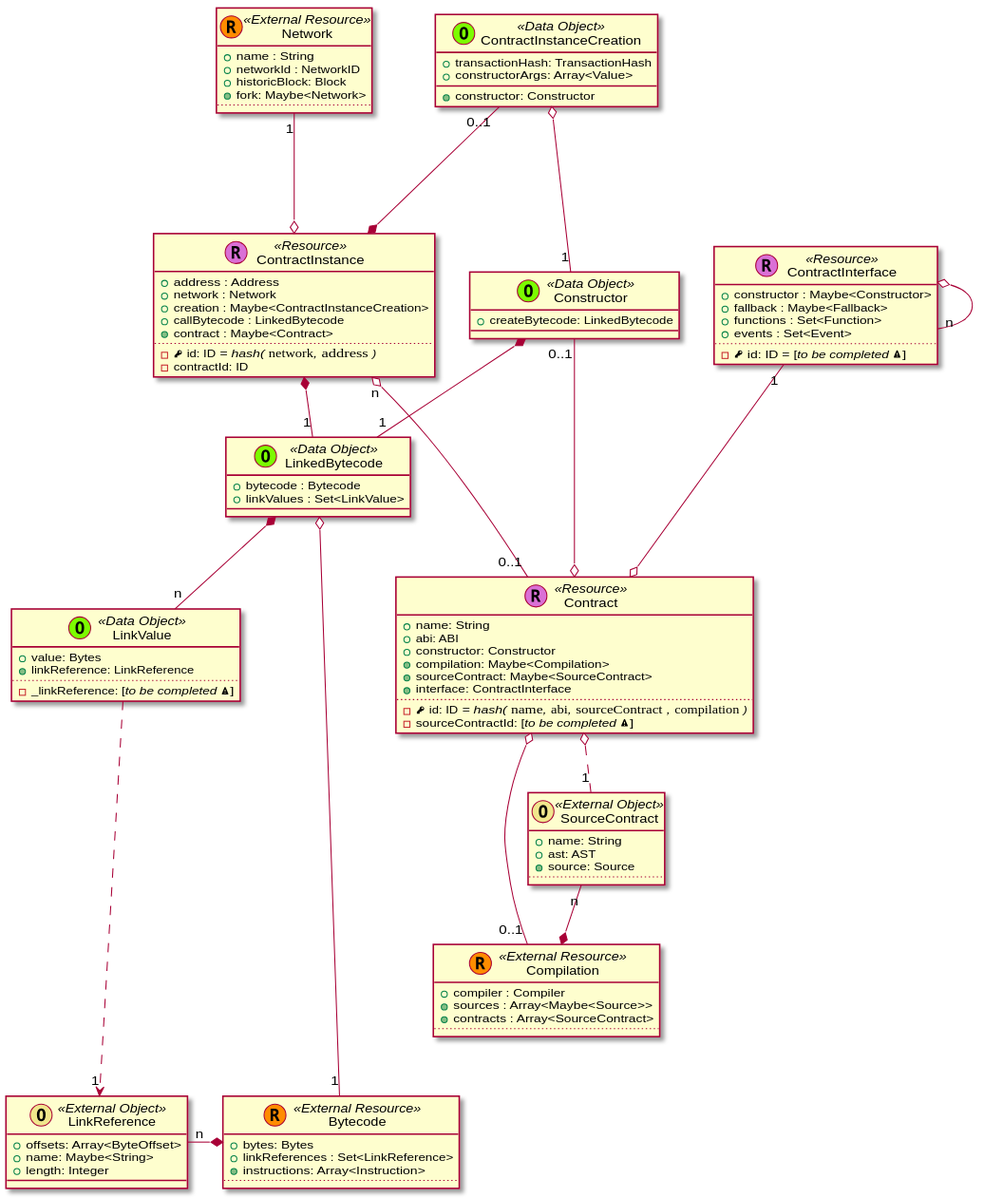
This is _images/plantuml-e73463bf56cf53955e1b6b8449712d7e1e6c756b.svg from trufflesuite/artifact-updates, a PlantUML export, as it was before one commit.
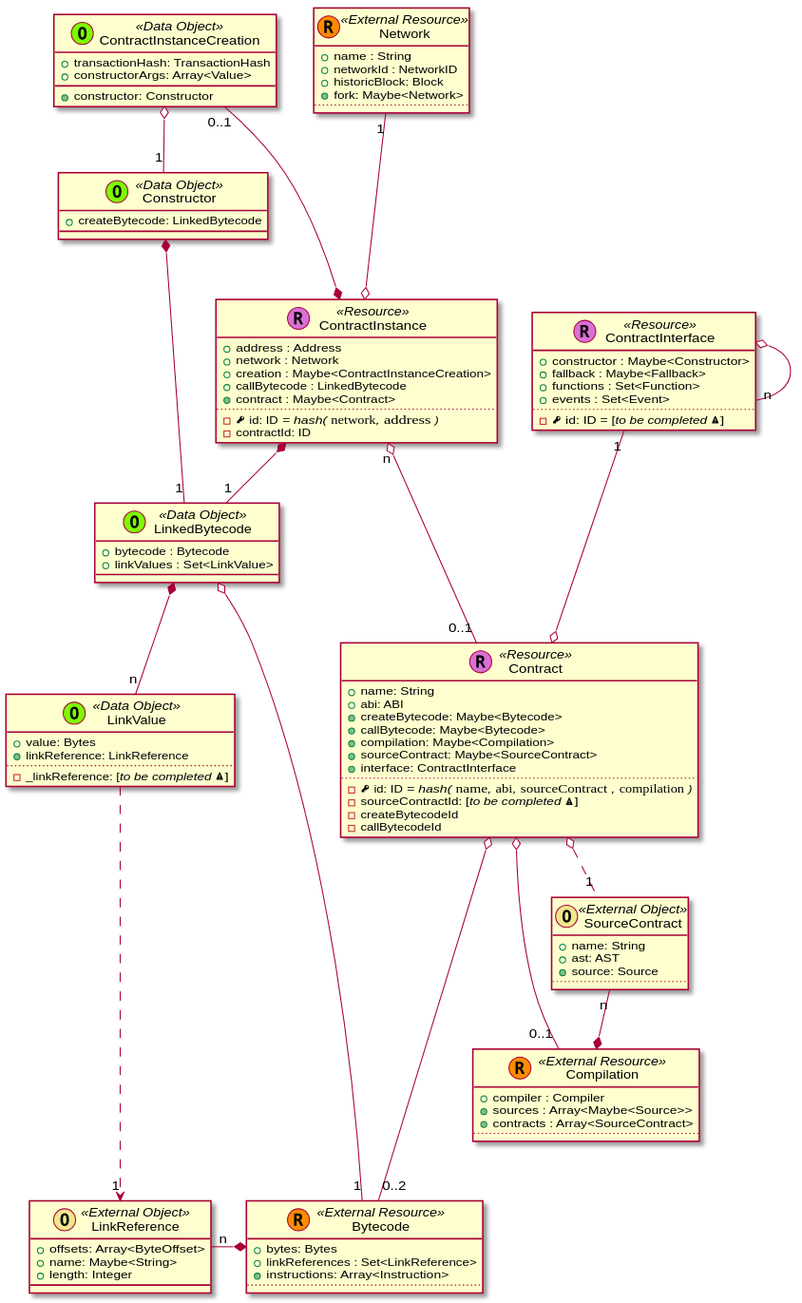
The same file after the commit.

The edit, as a diff of the source:
```diff
@@ -12,13 +12,16 @@
     class Contract << (R,orchid) Resource >> {
       + name: String
       + abi: ABI
-      + constructor: Constructor
+      + {method} createBytecode: Maybe<Bytecode>
+      + {method} callBytecode: Maybe<Bytecode>
       + {method} compilation: Maybe<Compilation>
       + {method} sourceContract: Maybe<SourceContract>
       + {method} interface: ContractInterface
       ..
       - {field} <&key> id: ID //= hash(// ""name""//,// ""abi""//,// ""sourceContract"" //,// ""compilation"" //)//
       - sourceContractId: [//to be completed <&warning>//]
+      - createBytecodeId
+      - callBytecodeId
     }
 
 
@@ -130,10 +133,9 @@
 
   ContractInstance "n" o--- "0..1" Contract
 
-  Constructor "0..1" ---o Contract
+  Contract o-- "0..2" Bytecode
 
   ContractInterface "1" ---o Contract
-
 
   Contract o-- "0..1" Compilation
   Contract o.. "1" SourceContract
```
